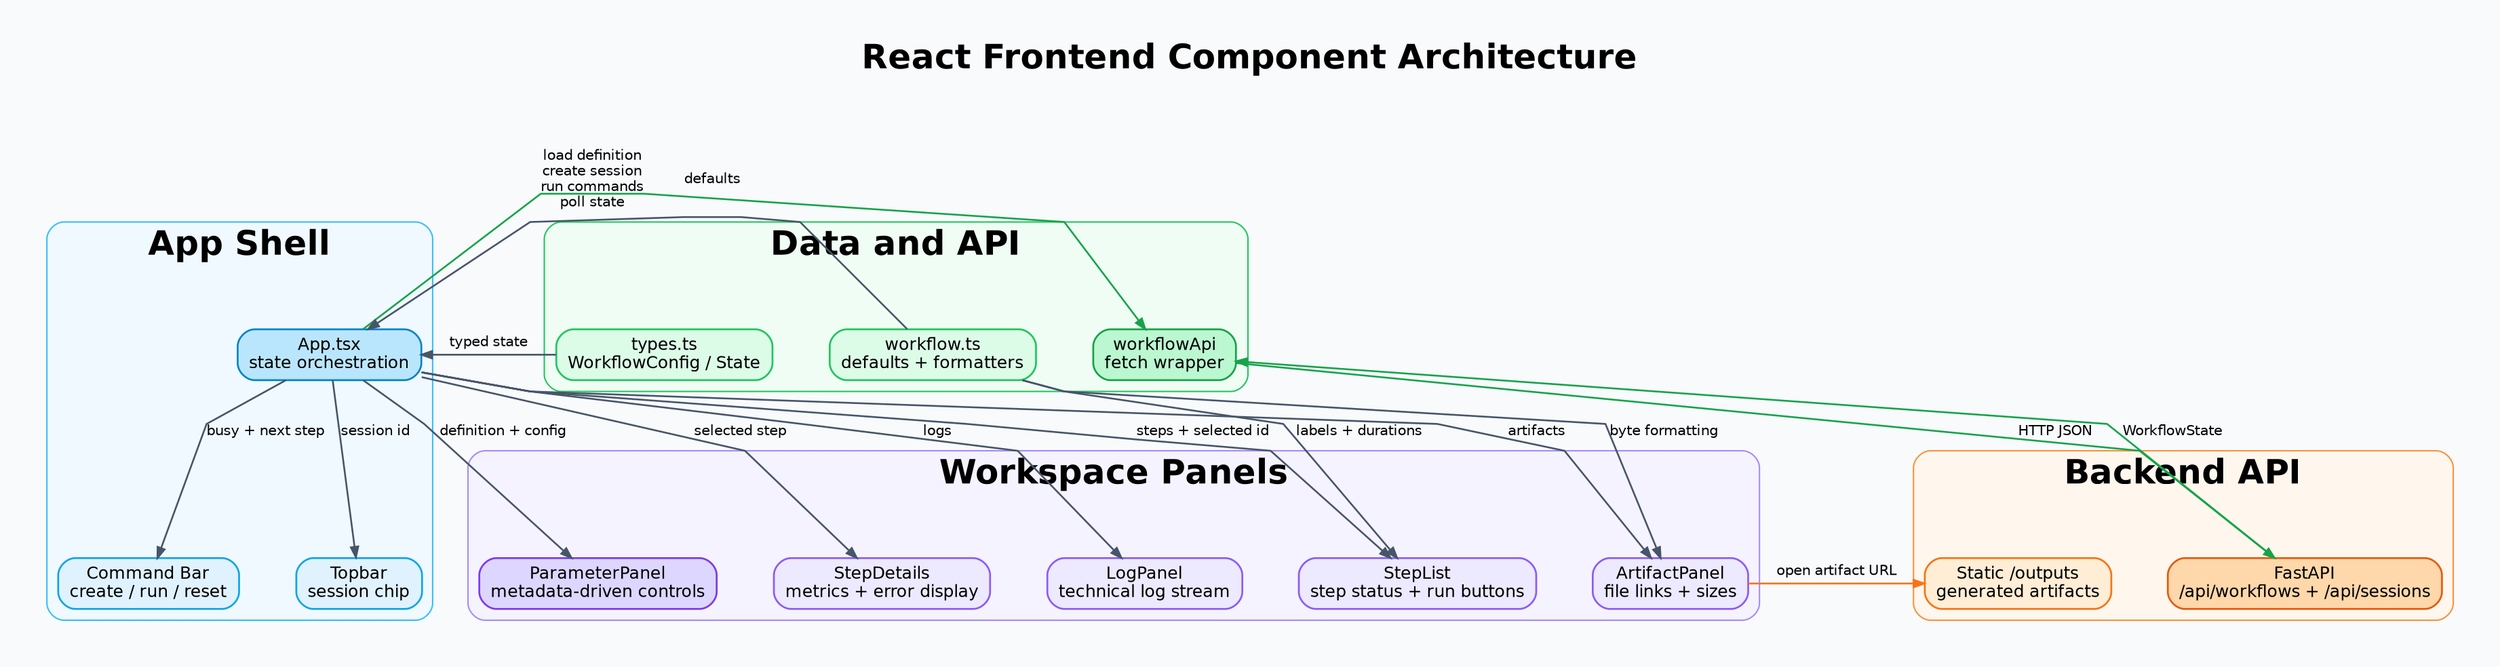
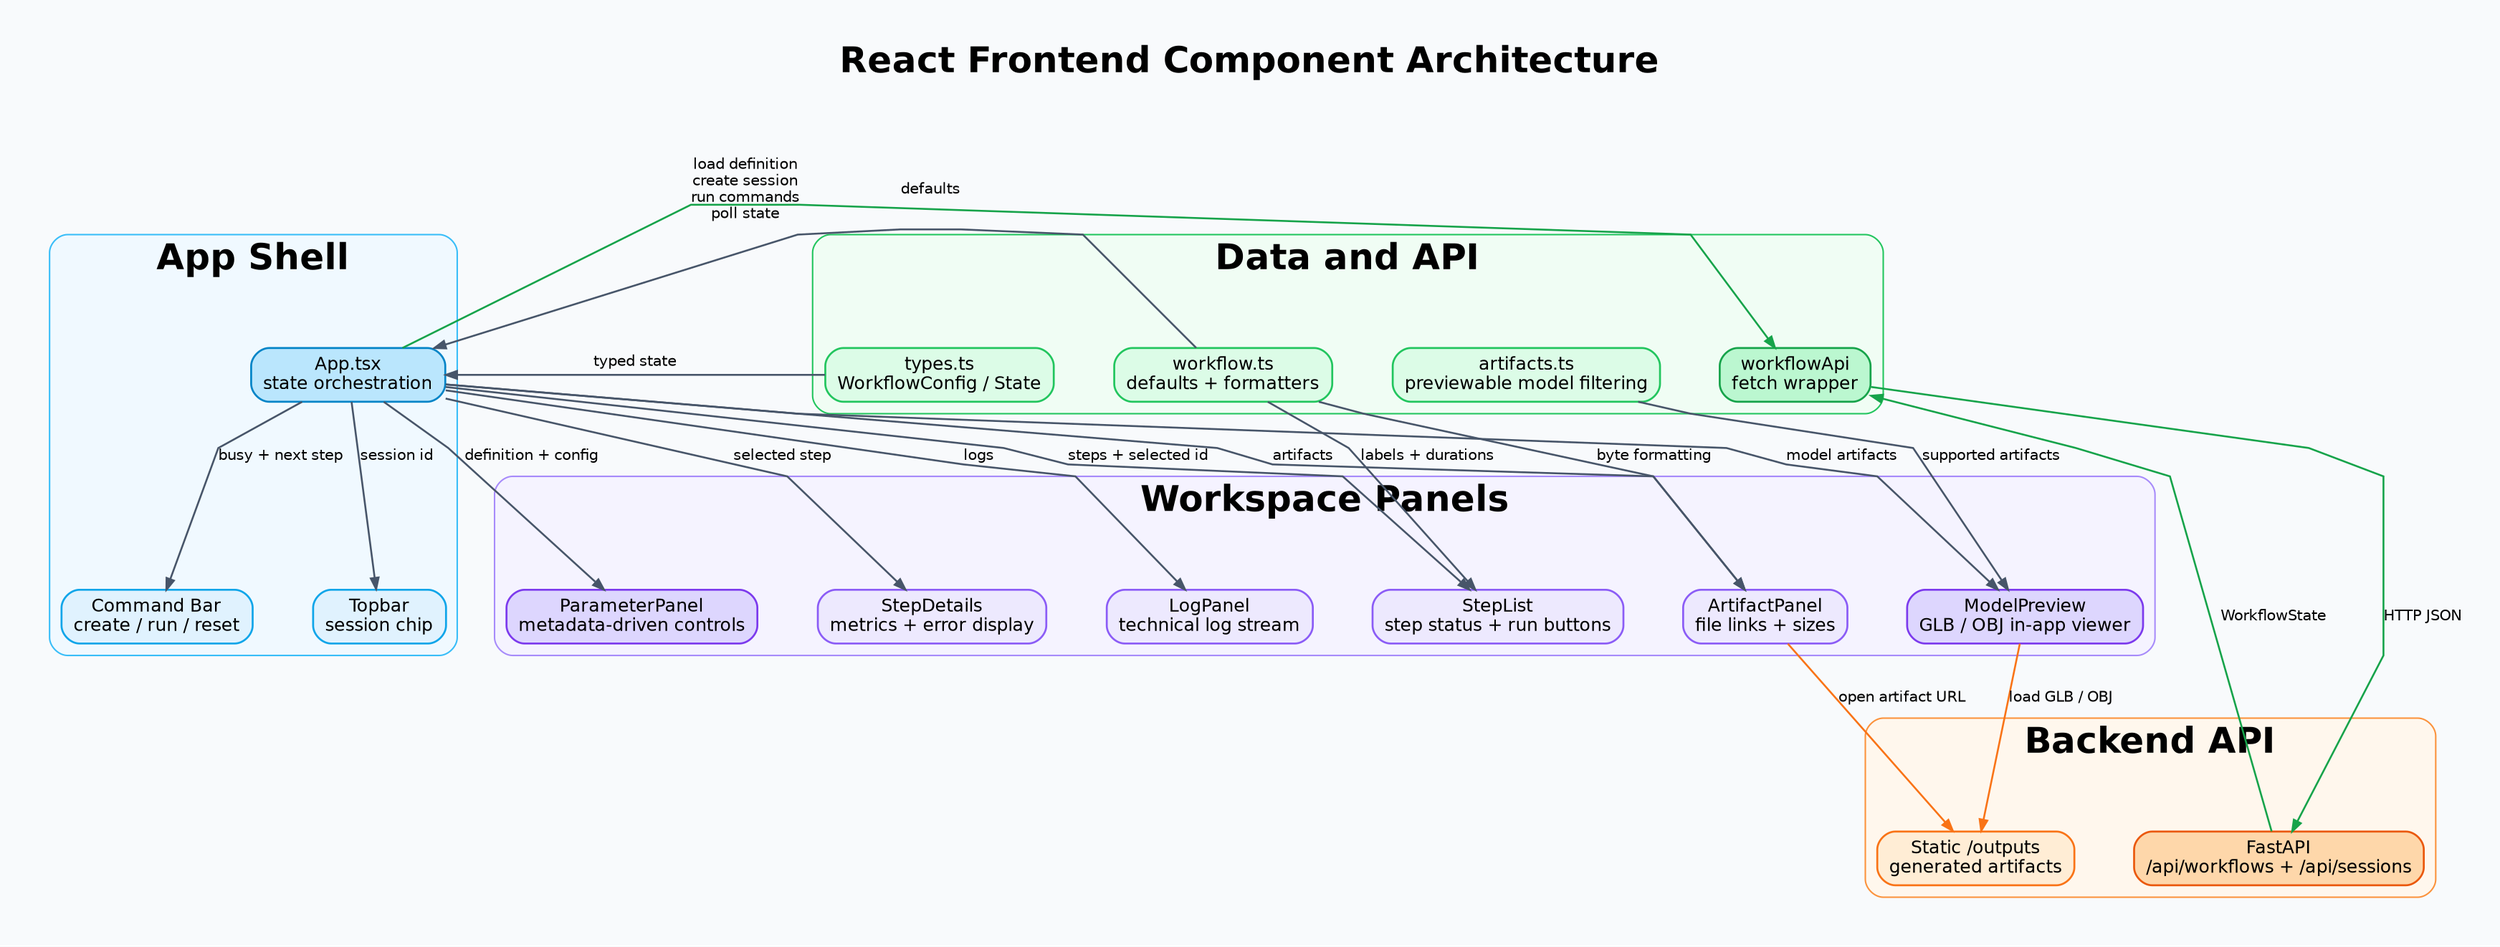
digraph FrontendComponentArchitecture {
  graph [
    label="React Frontend Component Architecture",
    labelloc=t,
    fontsize=24,
    fontname="Helvetica-Bold",
    rankdir=TB,
    splines=polyline,
    nodesep=0.55,
    ranksep=0.85,
    pad=0.35,
    bgcolor="#f8fafc",
    compound=true
  ];

  node [shape=box, style="rounded,filled", fontname="Helvetica", fontsize=12, color="#334155", penwidth=1.3];
  edge [fontname="Helvetica", fontsize=10, color="#475569", penwidth=1.25, arrowsize=0.75];

  subgraph cluster_shell {
    label="App Shell";
    style="rounded,filled";
    color="#38bdf8";
    fillcolor="#f0f9ff";

    app [label="App.tsx\nstate orchestration", fillcolor="#bae6fd", color="#0284c7"];
    topbar [label="Topbar\nsession chip", fillcolor="#e0f2fe", color="#0ea5e9"];
    commandbar [label="Command Bar\ncreate / run / reset", fillcolor="#e0f2fe", color="#0ea5e9"];
  }

  subgraph cluster_data {
    label="Data and API";
    style="rounded,filled";
    color="#22c55e";
    fillcolor="#f0fdf4";

    api [label="workflowApi\nfetch wrapper", fillcolor="#bbf7d0", color="#16a34a"];
    types [label="types.ts\nWorkflowConfig / State", fillcolor="#dcfce7", color="#22c55e"];
    helpers [label="workflow.ts\ndefaults + formatters", fillcolor="#dcfce7", color="#22c55e"];
+     artifact_helpers [label="artifacts.ts\npreviewable model filtering", fillcolor="#dcfce7", color="#22c55e"];
  }

  subgraph cluster_panels {
    label="Workspace Panels";
    style="rounded,filled";
    color="#a78bfa";
    fillcolor="#f5f3ff";

    params [label="ParameterPanel\nmetadata-driven controls", fillcolor="#ddd6fe", color="#7c3aed"];
    steps [label="StepList\nstep status + run buttons", fillcolor="#ede9fe", color="#8b5cf6"];
    details [label="StepDetails\nmetrics + error display", fillcolor="#ede9fe", color="#8b5cf6"];
+     preview [label="ModelPreview\nGLB / OBJ in-app viewer", fillcolor="#ddd6fe", color="#7c3aed"];
    artifacts [label="ArtifactPanel\nfile links + sizes", fillcolor="#ede9fe", color="#8b5cf6"];
    logs [label="LogPanel\ntechnical log stream", fillcolor="#ede9fe", color="#8b5cf6"];
  }

  subgraph cluster_backend {
    label="Backend API";
    style="rounded,filled";
    color="#fb923c";
    fillcolor="#fff7ed";

    server [label="FastAPI\n/api/workflows + /api/sessions", fillcolor="#fed7aa", color="#ea580c"];
    outputs [label="Static /outputs\ngenerated artifacts", fillcolor="#ffedd5", color="#f97316"];
  }

  app -> topbar [label="session id"];
  app -> commandbar [label="busy + next step"];
  app -> params [label="definition + config"];
  app -> steps [label="steps + selected id"];
  app -> details [label="selected step"];
+   app -> preview [label="model artifacts"];
  app -> artifacts [label="artifacts"];
  app -> logs [label="logs"];

  app -> api [label="load definition\ncreate session\nrun commands\npoll state", color="#16a34a"];
  api -> server [label="HTTP JSON", color="#16a34a"];
  server -> api [label="WorkflowState", color="#16a34a"];
+   preview -> outputs [label="load GLB / OBJ", color="#f97316"];
  artifacts -> outputs [label="open artifact URL", color="#f97316"];

  types -> app [label="typed state"];
  helpers -> app [label="defaults"];
  helpers -> steps [label="labels + durations"];
  helpers -> artifacts [label="byte formatting"];
+   artifact_helpers -> preview [label="supported artifacts"];
}
